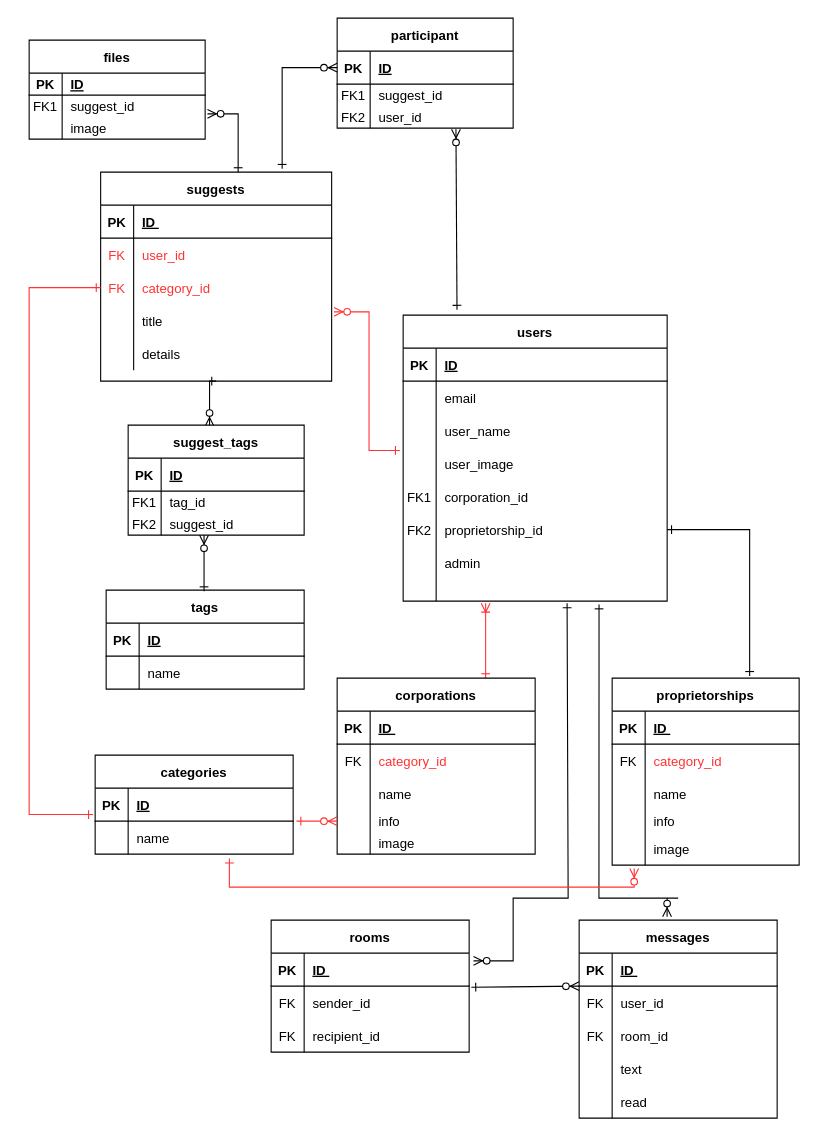
The draw.io diagram Untitled Diagram.drawio in Sec-il-n/dic_guraduate_parts, before the edit. Source tidied: cells renumbered, new cells numbered last; positions are measured from the earlier drawing's top-left corner, leaving out a move shared by most shapes. Both pictures are drawn from the tidied source at 110%, with x=0, y=0 at pixel (29, 18).
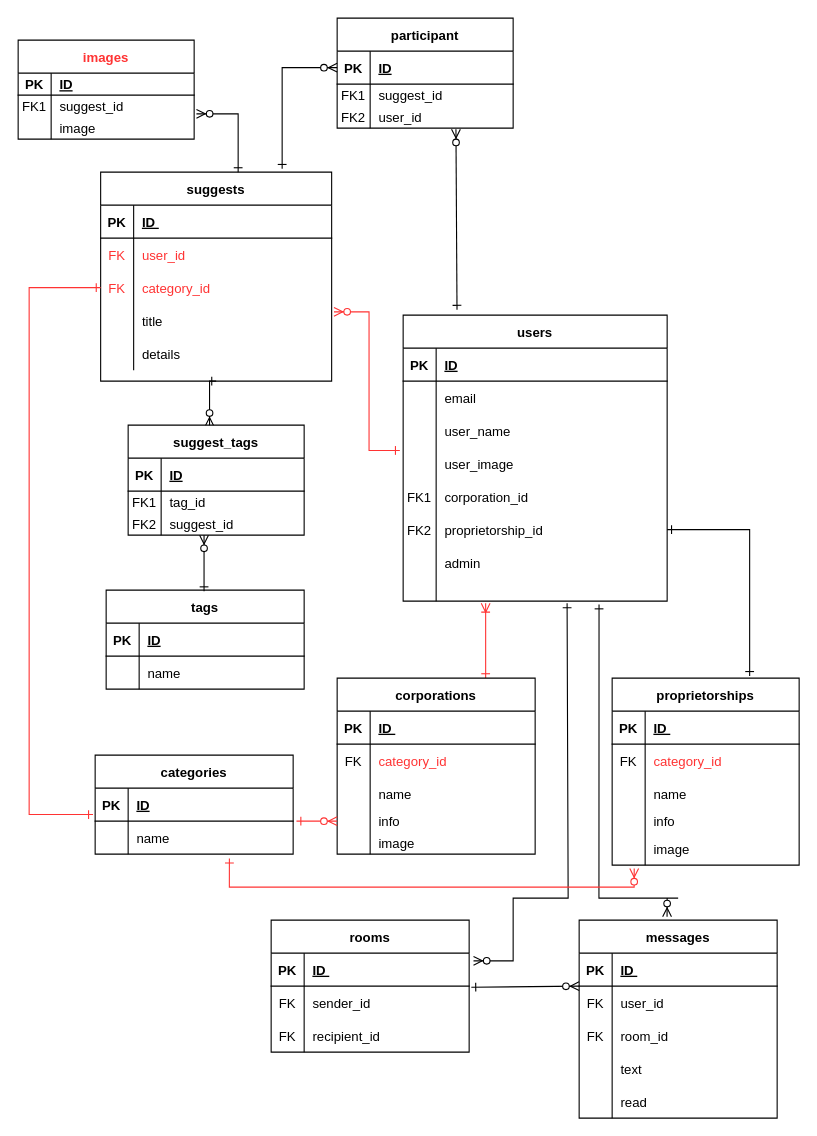
Above is the later version.

Commit message:
Untitled Diagram.drawio を更新します

The edit, as a diff of the source:
```diff
@@
-    <mxCell id="95" value="files" style="shape=table;startSize=30;childLayout=tableLayout;rowLines=0;fontStyle=1;align=center;" parent="1" vertex="1">
-      <mxGeometry y="20" width="160" height="90" as="geometry" />
+    <mxCell id="95" value="images" style="shape=table;startSize=30;childLayout=tableLayout;rowLines=0;fontStyle=1;align=center;fontColor=#FF3333;" parent="1" vertex="1">
+      <mxGeometry x="-10" y="20" width="160" height="90" as="geometry" />
     </mxCell>
```
